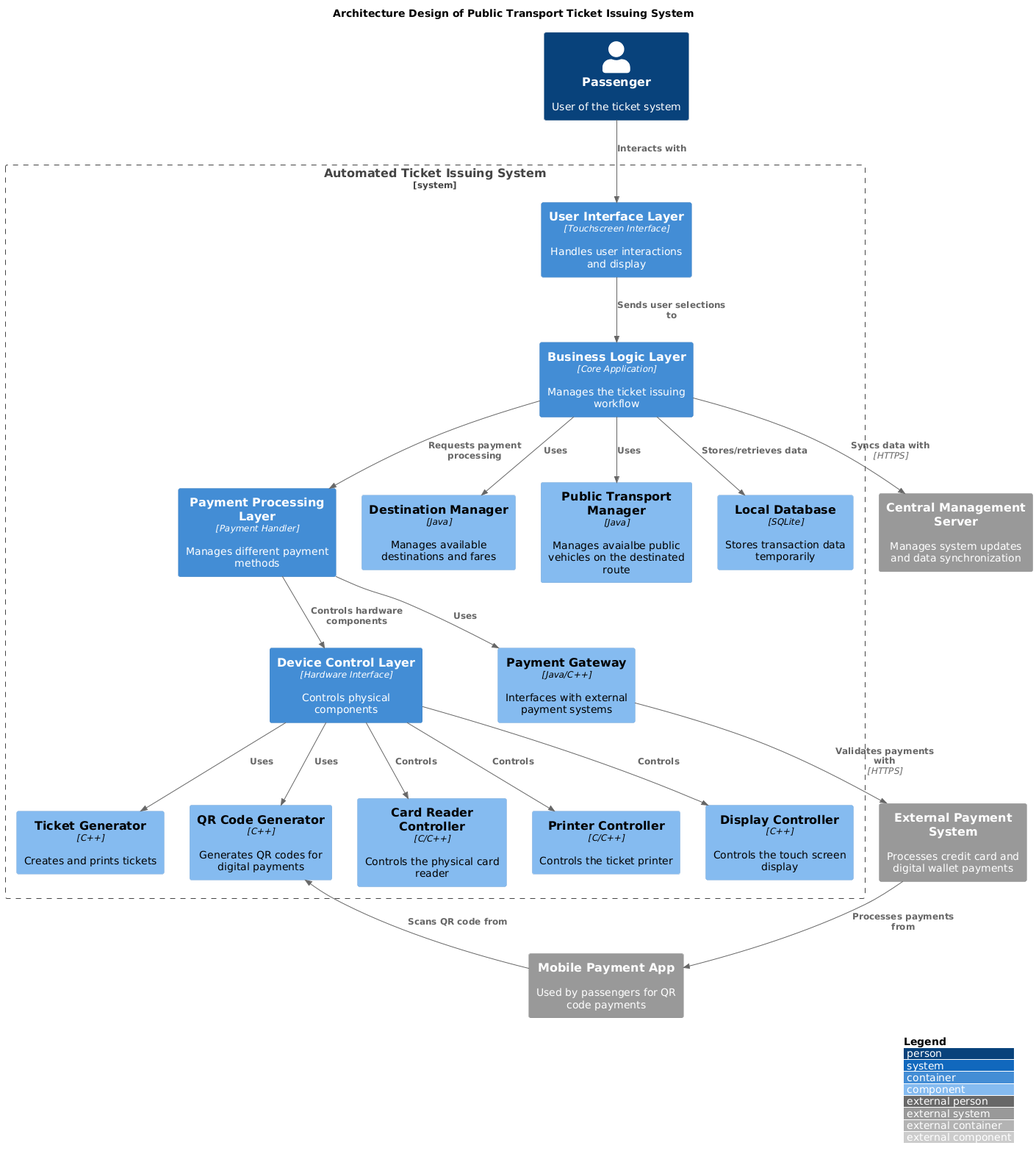
Above: ArchitectureDesign/ArchitectureDesign.png in Dranov220805/Ticket_Vendor_Machine (PlantUML), before the change. The source it was exported from:
```plantuml
@startuml
!include https://raw.githubusercontent.com/plantuml-stdlib/C4-PlantUML/master/C4_Component.puml

LAYOUT_WITH_LEGEND()

title Architecture Design of Public Transport Ticket Issuing System

Person(passenger, "Passenger", "User of the ticket system")

System_Boundary(ticket_system, "Automated Ticket Issuing System") {
    Container(ui_container, "User Interface Layer", "Touchscreen Interface", "Handles user interactions and display")
    Container(business_logic, "Business Logic Layer", "Core Application", "Manages the ticket issuing workflow")
    Container(payment_processing, "Payment Processing Layer", "Payment Handler", "Manages different payment methods")
    Container(device_control, "Device Control Layer", "Hardware Interface", "Controls physical components")

    Component(destination_manager, "Destination Manager", "Java", "Manages available destinations and fares")
    Component(public_transport_manager, "Public Transport Manager", "Java", "Manages avaialbe public vehicles on the destinated route")
    Component(payment_gateway, "Payment Gateway", "Java/C++", "Interfaces with external payment systems")
    Component(ticket_generator, "Ticket Generator", "C++", "Creates and prints tickets")
    Component(qr_generator, "QR Code Generator", "C++", "Generates QR codes for digital payments")
    Component(card_reader, "Card Reader Controller", "C/C++", "Controls the physical card reader")
    Component(printer, "Printer Controller", "C/C++", "Controls the ticket printer")
    Component(display, "Display Controller", "C++", "Controls the touch screen display")
    Component(local_db, "Local Database", "SQLite", "Stores transaction data temporarily")
}

System_Ext(payment_system, "External Payment System", "Processes credit card and digital wallet payments")
System_Ext(central_server, "Central Management Server", "Manages system updates and data synchronization")
System_Ext(mobile_app, "Mobile Payment App", "Used by passengers for QR code payments")

Rel(passenger, ui_container, "Interacts with")
Rel(ui_container, business_logic, "Sends user selections to")
Rel(business_logic, payment_processing, "Requests payment processing")
Rel(payment_processing, device_control, "Controls hardware components")

Rel(business_logic, destination_manager, "Uses")
Rel(business_logic, public_transport_manager, "Uses")
Rel(business_logic, local_db, "Stores/retrieves data")
Rel(payment_processing, payment_gateway, "Uses")
Rel(payment_gateway, payment_system, "Validates payments with", "HTTPS")
Rel(device_control, card_reader, "Controls")
Rel(device_control, printer, "Controls")
Rel(device_control, display, "Controls")
Rel(device_control, qr_generator, "Uses")
Rel(device_control, ticket_generator, "Uses")

Rel(business_logic, central_server, "Syncs data with", "HTTPS")
Rel(payment_system, mobile_app, "Processes payments from")
Rel(mobile_app, qr_generator, "Scans QR code from")
@enduml
```
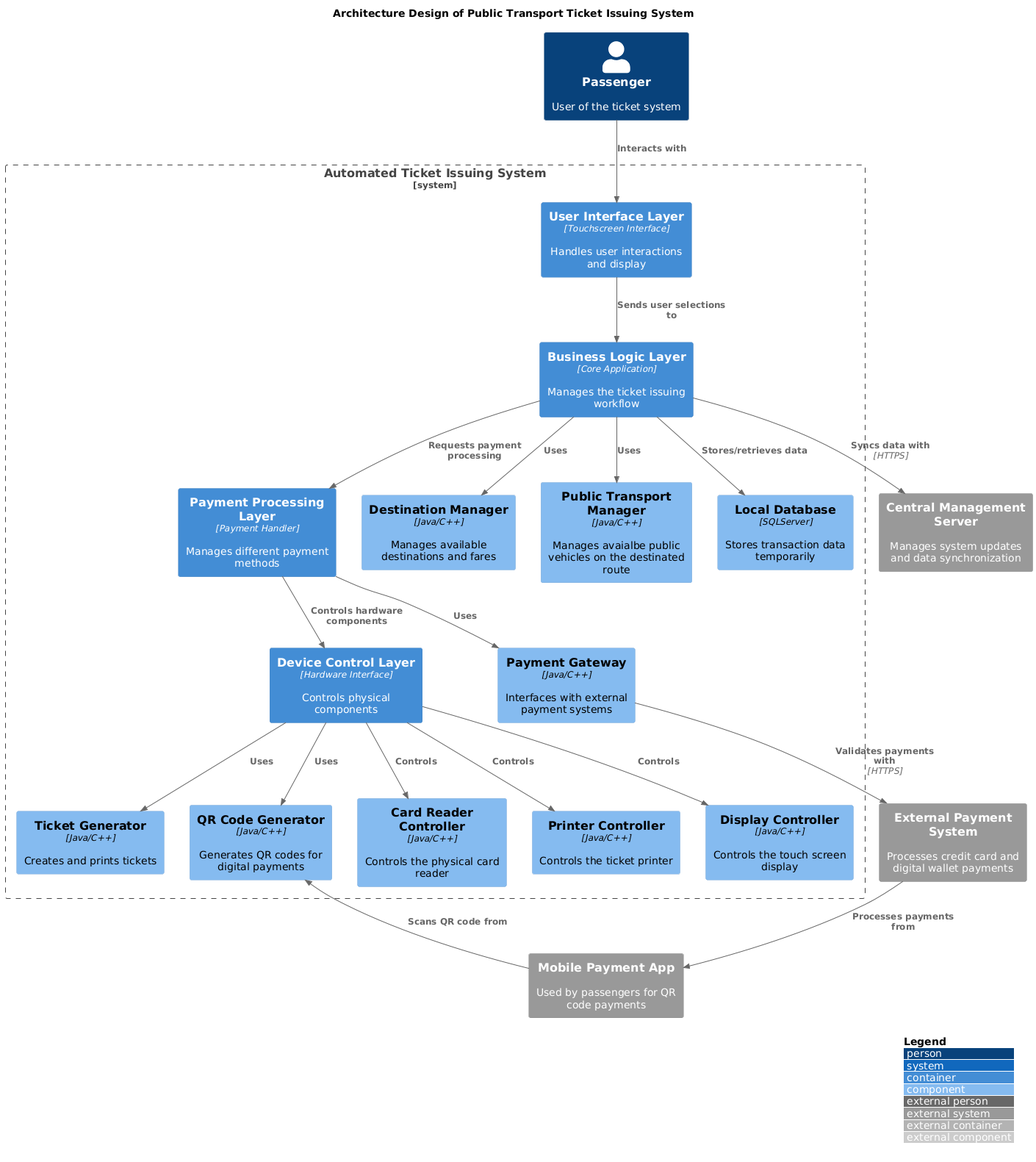
The same file after the commit.

What changed in the source:
```diff
@@ -13,15 +13,15 @@
     Container(payment_processing, "Payment Processing Layer", "Payment Handler", "Manages different payment methods")
     Container(device_control, "Device Control Layer", "Hardware Interface", "Controls physical components")
 
-    Component(destination_manager, "Destination Manager", "Java", "Manages available destinations and fares")
-    Component(public_transport_manager, "Public Transport Manager", "Java", "Manages avaialbe public vehicles on the destinated route")
+    Component(destination_manager, "Destination Manager", "Java/C++", "Manages available destinations and fares")
+    Component(public_transport_manager, "Public Transport Manager", "Java/C++", "Manages avaialbe public vehicles on the destinated route")
     Component(payment_gateway, "Payment Gateway", "Java/C++", "Interfaces with external payment systems")
-    Component(ticket_generator, "Ticket Generator", "C++", "Creates and prints tickets")
-    Component(qr_generator, "QR Code Generator", "C++", "Generates QR codes for digital payments")
-    Component(card_reader, "Card Reader Controller", "C/C++", "Controls the physical card reader")
-    Component(printer, "Printer Controller", "C/C++", "Controls the ticket printer")
-    Component(display, "Display Controller", "C++", "Controls the touch screen display")
-    Component(local_db, "Local Database", "SQLite", "Stores transaction data temporarily")
+    Component(ticket_generator, "Ticket Generator", "Java/C++", "Creates and prints tickets")
+    Component(qr_generator, "QR Code Generator", "Java/C++", "Generates QR codes for digital payments")
+    Component(card_reader, "Card Reader Controller", "Java/C++", "Controls the physical card reader")
+    Component(printer, "Printer Controller", "Java/C++", "Controls the ticket printer")
+    Component(display, "Display Controller", "Java/C++", "Controls the touch screen display")
+    Component(local_db, "Local Database", "SQLServer", "Stores transaction data temporarily")
 }
 
 System_Ext(payment_system, "External Payment System", "Processes credit card and digital wallet payments")
```
